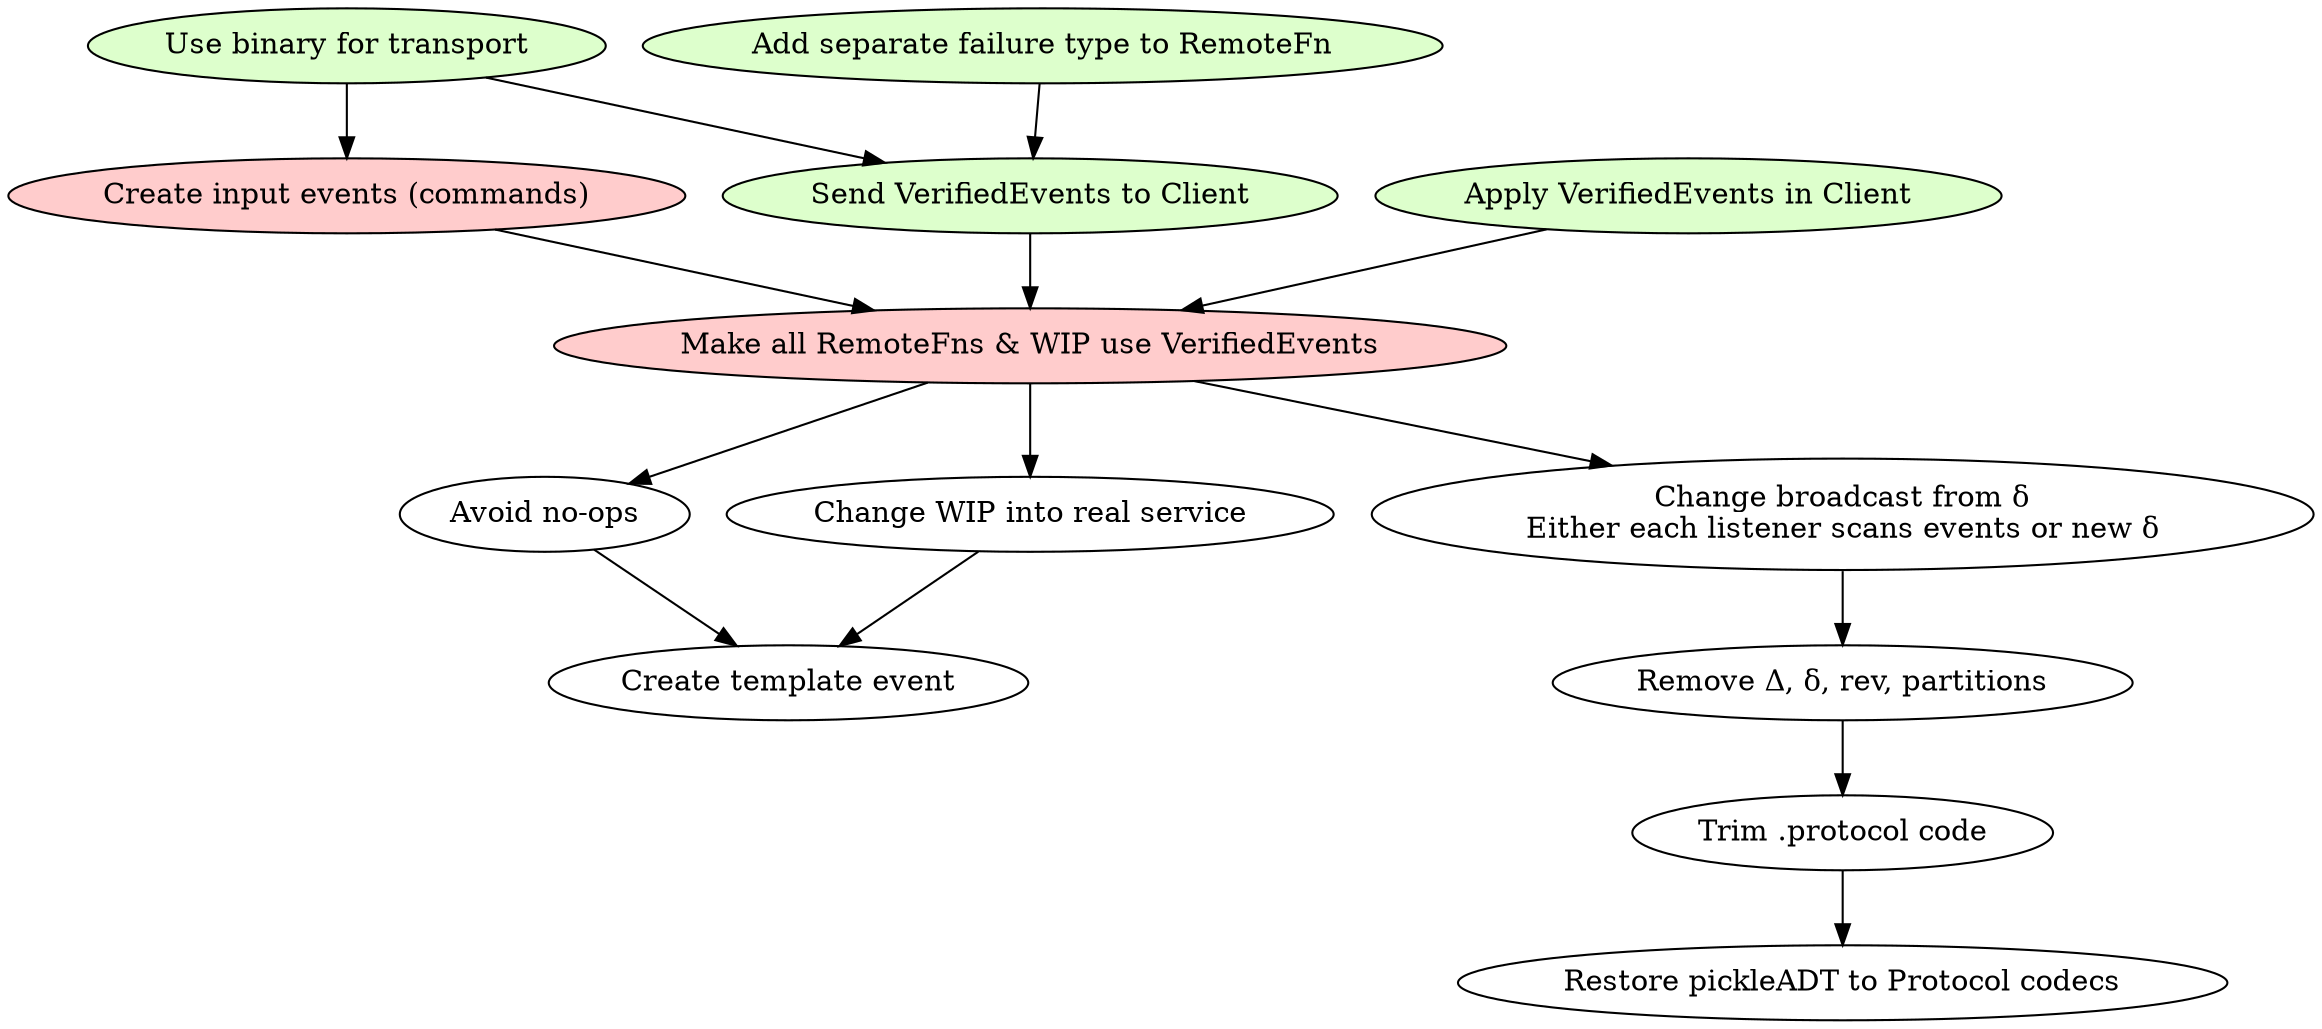
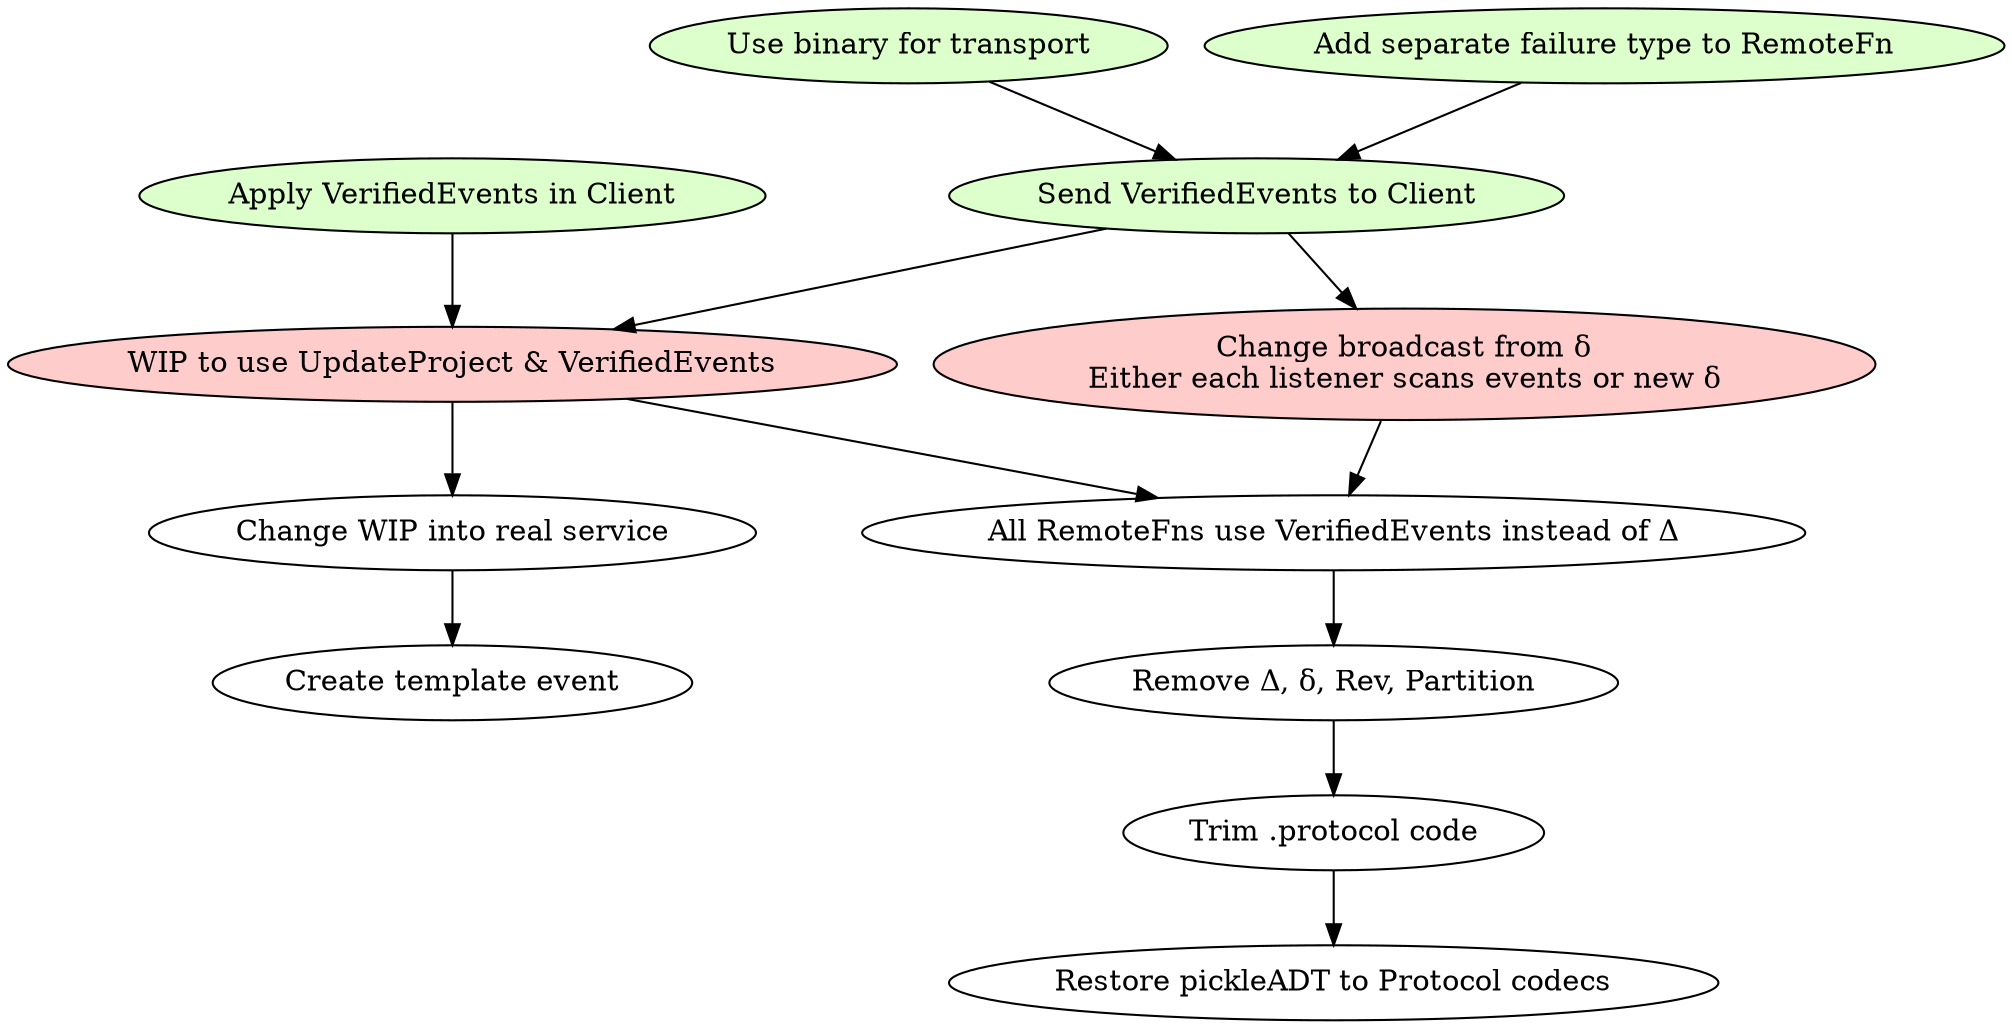
digraph G {

- nono [label="Avoid no-ops"]
- remove [label="Remove Δ, δ, rev, partitions"]
+ remove [label="Remove Δ, δ, Rev, Partition"]
tp [label="Trim .protocol code"]
template [label="Create template event"]
rpadt [label="Restore pickleADT to Protocol codecs"]
- bc [label="Change broadcast from δ\nEither each listener scans events or new δ"]
nowip [label="Change WIP into real service"]
+ allve [label="All RemoteFns use VerifiedEvents instead of Δ"]

node [style=filled fillcolor="#ffcccc"]
- wipuve [label="Make all RemoteFns & WIP use VerifiedEvents"]
- cmd [label="Create input events (commands)"]
+ wip2 [label="WIP to use UpdateProject & VerifiedEvents"]
+ bc [label="Change broadcast from δ\nEither each listener scans events or new δ"]

node [style=filled fillcolor="#ddffcc"]
svetcl [label="Send VerifiedEvents to Client"]
aveic [label="Apply VerifiedEvents in Client"]
bin [label="Use binary for transport"]
asfttr [label="Add separate failure type to RemoteFn"]

- bin -> svetcl,cmd
+ bin -> svetcl
asfttr -> svetcl
- aveic -> wipuve
+ aveic -> wip2

- nono,nowip  -> template
- svetcl -> wipuve -> nowip
+ nowip  -> template
+ svetcl -> wip2 -> nowip
remove -> tp -> rpadt
- cmd -> wipuve
- wipuve -> bc -> remove
- wipuve -> nono
+ svetcl -> bc
+ allve -> remove
+ wip2,bc -> allve

}
